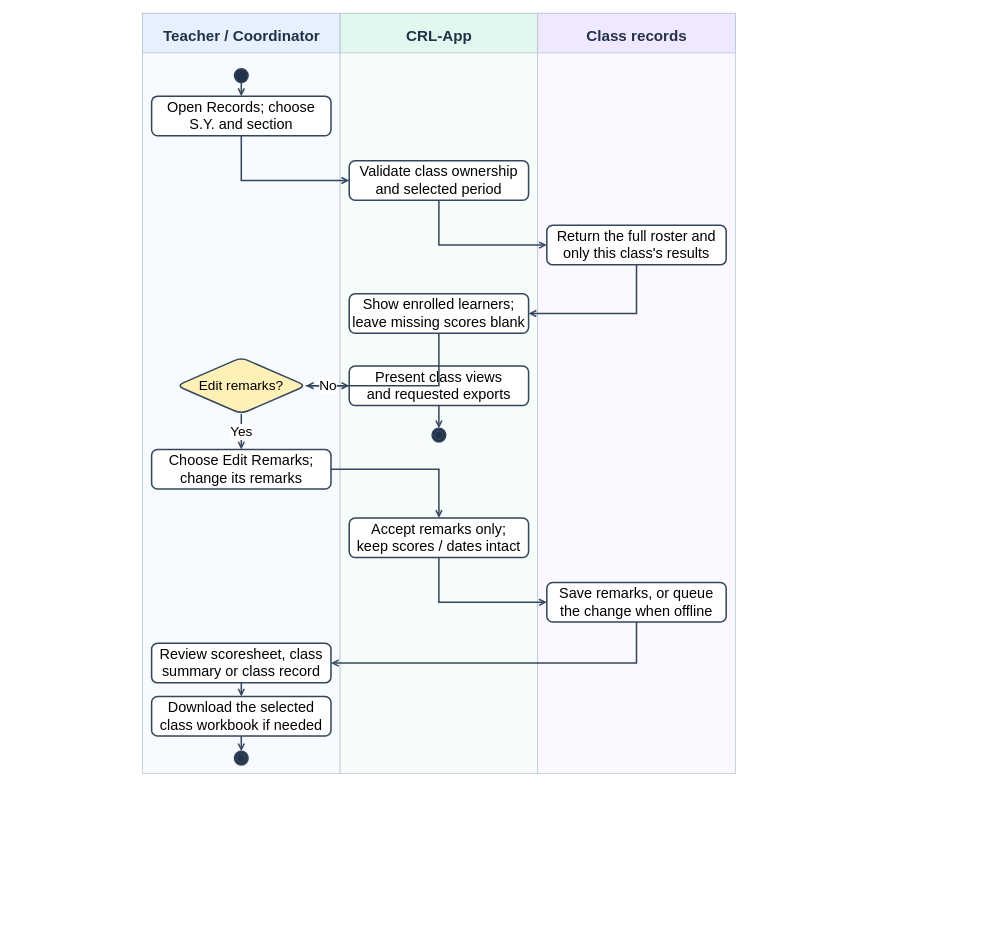
This is docs/diagrams/class-workspaces/figure-16-records-reports.drawio from AkuSayangKamuJudaSayang/crl-app, a draw.io file, before an edit. Source tidied: cells renumbered, new cells numbered last; positions are measured from the earlier drawing's top-left corner, leaving out a move shared by most shapes. Both pictures are drawn from the tidied source at 76%, with x=0, y=0 at pixel (13, 13).
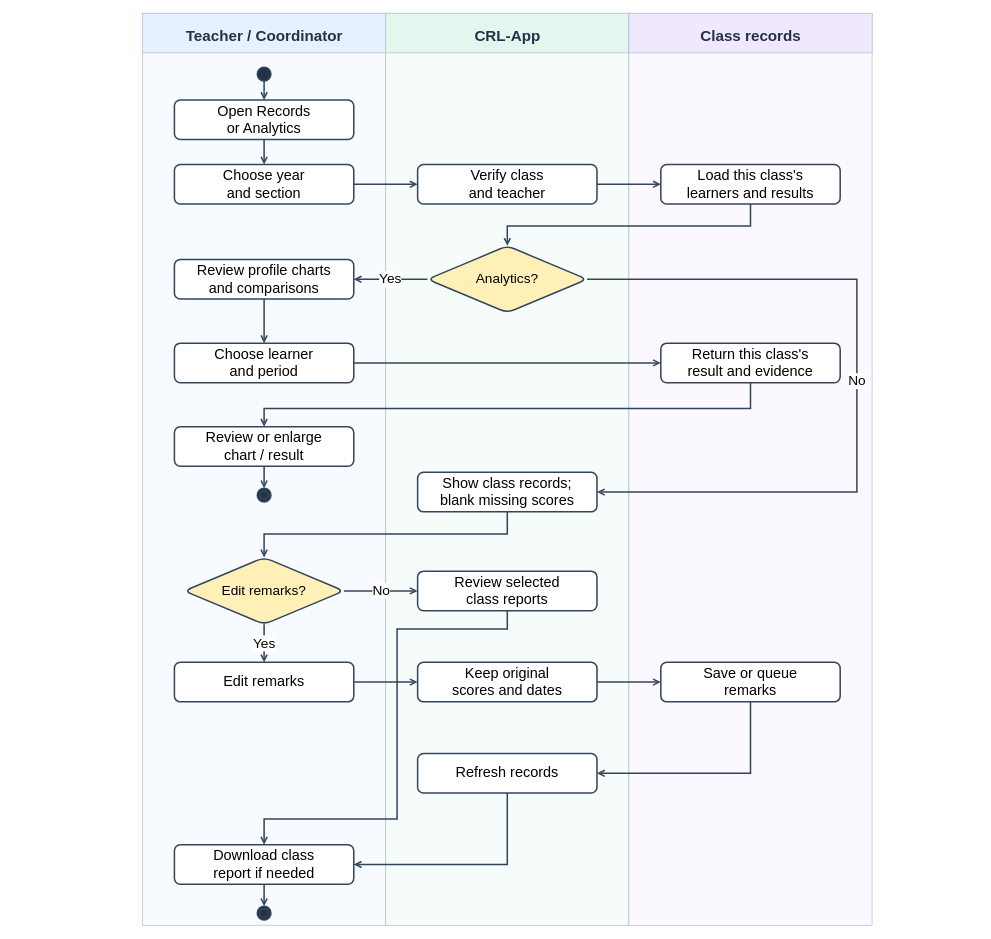
The same page after the edit.

What changed in the source:
```diff
@@
     <mxCell id="2" style="rounded=0;fillColor=#f7faff;strokeColor=#b6c4d2;" parent="1" vertex="1">
-      <mxGeometry x="170" width="260" height="1000" as="geometry" />
+      <mxGeometry x="170" width="320" height="1200" as="geometry" />
     </mxCell>
     <mxCell id="3" style="rounded=0;fillColor=#e7f0ff;strokeColor=#b6c4d2;" parent="1" vertex="1">
-      <mxGeometry x="170" width="260" height="52" as="geometry" />
+      <mxGeometry x="170" width="320" height="52" as="geometry" />
     </mxCell>
     <mxCell id="4" value="Teacher / Coordinator" style="text;html=1;align=center;verticalAlign=top;fontSize=20;fontColor=#223249;fontStyle=1;strokeColor=none;fillColor=none;" parent="1" vertex="1">
-      <mxGeometry y="11" width="600" height="24" as="geometry" />
+      <mxGeometry x="30" y="11" width="600" height="24" as="geometry" />
     </mxCell>
     <mxCell id="5" style="rounded=0;fillColor=#f6fcf9;strokeColor=#b6c4d2;" parent="1" vertex="1">
-      <mxGeometry x="430" width="260" height="1000" as="geometry" />
+      <mxGeometry x="490" width="320" height="1200" as="geometry" />
     </mxCell>
     <mxCell id="6" style="rounded=0;fillColor=#e2f7ee;strokeColor=#b6c4d2;" parent="1" vertex="1">
-      <mxGeometry x="430" width="260" height="52" as="geometry" />
+      <mxGeometry x="490" width="320" height="52" as="geometry" />
     </mxCell>
     <mxCell id="7" value="CRL-App" style="text;html=1;align=center;verticalAlign=top;fontSize=20;fontColor=#223249;fontStyle=1;strokeColor=none;fillColor=none;" parent="1" vertex="1">
-      <mxGeometry x="260" y="11" width="600" height="24" as="geometry" />
+      <mxGeometry x="350" y="11" width="600" height="24" as="geometry" />
     </mxCell>
     <mxCell id="8" style="rounded=0;fillColor=#fbf8ff;strokeColor=#b6c4d2;" parent="1" vertex="1">
-      <mxGeometry x="690" width="260" height="1000" as="geometry" />
+      <mxGeometry x="810" width="320" height="1200" as="geometry" />
     </mxCell>
     <mxCell id="9" style="rounded=0;fillColor=#f0e8ff;strokeColor=#b6c4d2;" parent="1" vertex="1">
-      <mxGeometry x="690" width="260" height="52" as="geometry" />
+      <mxGeometry x="810" width="320" height="52" as="geometry" />
     </mxCell>
     <mxCell id="10" value="Class records" style="text;html=1;align=center;verticalAlign=top;fontSize=20;fontColor=#223249;fontStyle=1;strokeColor=none;fillColor=none;" parent="1" vertex="1">
-      <mxGeometry x="520" y="11" width="600" height="24" as="geometry" />
+      <mxGeometry x="670" y="11" width="600" height="24" as="geometry" />
     </mxCell>
     <mxCell id="11" style="rounded=1;whiteSpace=wrap;html=1;fillColor=#ffffff;strokeColor=#34465c;strokeWidth=2;fontSize=19;shape=ellipse;fillColor=#223249;" parent="1" vertex="1">
-      <mxGeometry x="291" y="73" width="18" height="18" as="geometry" />
+      <mxGeometry x="321" y="71" width="18" height="18" as="geometry" />
     </mxCell>
-    <mxCell id="12" value="Open Records; choose&lt;br&gt;S.Y. and section" style="rounded=1;whiteSpace=wrap;html=1;fillColor=#ffffff;strokeColor=#34465c;strokeWidth=2;fontSize=19;" parent="1" vertex="1">
-      <mxGeometry x="182" y="109" width="236" height="52" as="geometry" />
-    </mxCell>
-    <mxCell id="13" value="Validate class ownership&lt;br&gt;and selected period" style="rounded=1;whiteSpace=wrap;html=1;fillColor=#ffffff;strokeColor=#34465c;strokeWidth=2;fontSize=19;" parent="1" vertex="1">
-      <mxGeometry x="442" y="194" width="236" height="52" as="geometry" />
-    </mxCell>
-    <mxCell id="14" value="Return the full roster and&lt;br&gt;only this class&amp;#x27;s results" style="rounded=1;whiteSpace=wrap;html=1;fillColor=#ffffff;strokeColor=#34465c;strokeWidth=2;fontSize=19;" parent="1" vertex="1">
-      <mxGeometry x="702" y="279" width="236" height="52" as="geometry" />
-    </mxCell>
-    <mxCell id="15" value="Show enrolled learners;&lt;br&gt;leave missing scores blank" style="rounded=1;whiteSpace=wrap;html=1;fillColor=#ffffff;strokeColor=#34465c;strokeWidth=2;fontSize=19;" parent="1" vertex="1">
-      <mxGeometry x="442" y="369" width="236" height="52" as="geometry" />
-    </mxCell>
+    <mxCell id="38" value="Open Records&lt;br&gt;or Analytics" style="rounded=1;whiteSpace=wrap;html=1;fillColor=#ffffff;strokeColor=#34465c;strokeWidth=2;fontSize=19;" parent="1" vertex="1">
+      <mxGeometry x="212" y="114" width="236" height="52" as="geometry" />
+    </mxCell>
+    <mxCell id="39" value="Choose year&lt;br&gt;and section" style="rounded=1;whiteSpace=wrap;html=1;fillColor=#ffffff;strokeColor=#34465c;strokeWidth=2;fontSize=19;" parent="1" vertex="1">
+      <mxGeometry x="212" y="199" width="236" height="52" as="geometry" />
+    </mxCell>
+    <mxCell id="40" value="Verify class&lt;br&gt;and teacher" style="rounded=1;whiteSpace=wrap;html=1;fillColor=#ffffff;strokeColor=#34465c;strokeWidth=2;fontSize=19;" parent="1" vertex="1">
+      <mxGeometry x="532" y="199" width="236" height="52" as="geometry" />
+    </mxCell>
+    <mxCell id="41" value="Load this class&amp;#x27;s&lt;br&gt;learners and results" style="rounded=1;whiteSpace=wrap;html=1;fillColor=#ffffff;strokeColor=#34465c;strokeWidth=2;fontSize=19;" parent="1" vertex="1">
+      <mxGeometry x="852" y="199" width="236" height="52" as="geometry" />
+    </mxCell>
+    <mxCell id="42" value="Analytics?" style="rounded=1;whiteSpace=wrap;html=1;fillColor=#ffffff;strokeColor=#34465c;strokeWidth=2;fontSize=19;shape=rhombus;fillColor=#fff0b8;fontSize=18;" parent="1" vertex="1">
+      <mxGeometry x="545" y="306" width="210" height="88" as="geometry" />
+    </mxCell>
+    <mxCell id="43" value="Review profile charts&lt;br&gt;and comparisons" style="rounded=1;whiteSpace=wrap;html=1;fillColor=#ffffff;strokeColor=#34465c;strokeWidth=2;fontSize=19;" parent="1" vertex="1">
+      <mxGeometry x="212" y="324" width="236" height="52" as="geometry" />
+    </mxCell>
+    <mxCell id="44" value="Choose learner&lt;br&gt;and period" style="rounded=1;whiteSpace=wrap;html=1;fillColor=#ffffff;strokeColor=#34465c;strokeWidth=2;fontSize=19;" parent="1" vertex="1">
+      <mxGeometry x="212" y="434" width="236" height="52" as="geometry" />
+    </mxCell>
+    <mxCell id="45" value="Return this class&amp;#x27;s&lt;br&gt;result and evidence" style="rounded=1;whiteSpace=wrap;html=1;fillColor=#ffffff;strokeColor=#34465c;strokeWidth=2;fontSize=19;" parent="1" vertex="1">
+      <mxGeometry x="852" y="434" width="236" height="52" as="geometry" />
+    </mxCell>
+    <mxCell id="46" value="Review or enlarge&lt;br&gt;chart / result" style="rounded=1;whiteSpace=wrap;html=1;fillColor=#ffffff;strokeColor=#34465c;strokeWidth=2;fontSize=19;" parent="1" vertex="1">
+      <mxGeometry x="212" y="544" width="236" height="52" as="geometry" />
+    </mxCell>
+    <mxCell id="47" style="rounded=1;whiteSpace=wrap;html=1;fillColor=#ffffff;strokeColor=#34465c;strokeWidth=2;fontSize=19;shape=doubleEllipse;fillColor=#223249;" parent="1" vertex="1">
+      <mxGeometry x="321" y="625" width="18" height="18" as="geometry" />
+    </mxCell>
+    <mxCell id="48" value="Show class records;&lt;br&gt;blank missing scores" style="rounded=1;whiteSpace=wrap;html=1;fillColor=#ffffff;strokeColor=#34465c;strokeWidth=2;fontSize=19;" parent="1" vertex="1">
+      <mxGeometry x="532" y="604" width="236" height="52" as="geometry" />
+    </mxCell>
     <mxCell id="16" value="Edit remarks?" style="rounded=1;whiteSpace=wrap;html=1;fillColor=#ffffff;strokeColor=#34465c;strokeWidth=2;fontSize=19;shape=rhombus;fillColor=#fff0b8;fontSize=18;" parent="1" vertex="1">
-      <mxGeometry x="215" y="453" width="170" height="74" as="geometry" />
+      <mxGeometry x="225" y="716" width="210" height="88" as="geometry" />
     </mxCell>
-    <mxCell id="17" value="Present class views&lt;br&gt;and requested exports" style="rounded=1;whiteSpace=wrap;html=1;fillColor=#ffffff;strokeColor=#34465c;strokeWidth=2;fontSize=19;" parent="1" vertex="1">
-      <mxGeometry x="442" y="464" width="236" height="52" as="geometry" />
-    </mxCell>
-    <mxCell id="18" style="rounded=1;whiteSpace=wrap;html=1;fillColor=#ffffff;strokeColor=#34465c;strokeWidth=2;fontSize=19;shape=doubleEllipse;fillColor=#223249;" parent="1" vertex="1">
-      <mxGeometry x="551" y="546" width="18" height="18" as="geometry" />
-    </mxCell>
-    <mxCell id="19" value="Choose Edit Remarks;&lt;br&gt;change its remarks" style="rounded=1;whiteSpace=wrap;html=1;fillColor=#ffffff;strokeColor=#34465c;strokeWidth=2;fontSize=19;" parent="1" vertex="1">
-      <mxGeometry x="182" y="574" width="236" height="52" as="geometry" />
-    </mxCell>
-    <mxCell id="20" value="Accept remarks only;&lt;br&gt;keep scores / dates intact" style="rounded=1;whiteSpace=wrap;html=1;fillColor=#ffffff;strokeColor=#34465c;strokeWidth=2;fontSize=19;" parent="1" vertex="1">
-      <mxGeometry x="442" y="664" width="236" height="52" as="geometry" />
-    </mxCell>
-    <mxCell id="21" value="Save remarks, or queue&lt;br&gt;the change when offline" style="rounded=1;whiteSpace=wrap;html=1;fillColor=#ffffff;strokeColor=#34465c;strokeWidth=2;fontSize=19;" parent="1" vertex="1">
-      <mxGeometry x="702" y="749" width="236" height="52" as="geometry" />
-    </mxCell>
-    <mxCell id="22" value="Review scoresheet, class&lt;br&gt;summary or class record" style="rounded=1;whiteSpace=wrap;html=1;fillColor=#ffffff;strokeColor=#34465c;strokeWidth=2;fontSize=19;" parent="1" vertex="1">
-      <mxGeometry x="182" y="829" width="236" height="52" as="geometry" />
-    </mxCell>
-    <mxCell id="23" value="Download the selected&lt;br&gt;class workbook if needed" style="rounded=1;whiteSpace=wrap;html=1;fillColor=#ffffff;strokeColor=#34465c;strokeWidth=2;fontSize=19;" parent="1" vertex="1">
-      <mxGeometry x="182" y="899" width="236" height="52" as="geometry" />
-    </mxCell>
+    <mxCell id="49" value="Review selected&lt;br&gt;class reports" style="rounded=1;whiteSpace=wrap;html=1;fillColor=#ffffff;strokeColor=#34465c;strokeWidth=2;fontSize=19;" parent="1" vertex="1">
+      <mxGeometry x="532" y="734" width="236" height="52" as="geometry" />
+    </mxCell>
+    <mxCell id="50" value="Edit remarks" style="rounded=1;whiteSpace=wrap;html=1;fillColor=#ffffff;strokeColor=#34465c;strokeWidth=2;fontSize=19;" parent="1" vertex="1">
+      <mxGeometry x="212" y="854" width="236" height="52" as="geometry" />
+    </mxCell>
+    <mxCell id="51" value="Keep original&lt;br&gt;scores and dates" style="rounded=1;whiteSpace=wrap;html=1;fillColor=#ffffff;strokeColor=#34465c;strokeWidth=2;fontSize=19;" parent="1" vertex="1">
+      <mxGeometry x="532" y="854" width="236" height="52" as="geometry" />
+    </mxCell>
+    <mxCell id="52" value="Save or queue&lt;br&gt;remarks" style="rounded=1;whiteSpace=wrap;html=1;fillColor=#ffffff;strokeColor=#34465c;strokeWidth=2;fontSize=19;" parent="1" vertex="1">
+      <mxGeometry x="852" y="854" width="236" height="52" as="geometry" />
+    </mxCell>
+    <mxCell id="53" value="Refresh records" style="rounded=1;whiteSpace=wrap;html=1;fillColor=#ffffff;strokeColor=#34465c;strokeWidth=2;fontSize=19;" parent="1" vertex="1">
+      <mxGeometry x="532" y="974" width="236" height="52" as="geometry" />
+    </mxCell>
+    <mxCell id="54" value="Download class&lt;br&gt;report if needed" style="rounded=1;whiteSpace=wrap;html=1;fillColor=#ffffff;strokeColor=#34465c;strokeWidth=2;fontSize=19;" parent="1" vertex="1">
+      <mxGeometry x="212" y="1094" width="236" height="52" as="geometry" />
+    </mxCell>
     <mxCell id="24" style="rounded=1;whiteSpace=wrap;html=1;fillColor=#ffffff;strokeColor=#34465c;strokeWidth=2;fontSize=19;shape=doubleEllipse;fillColor=#223249;" parent="1" vertex="1">
-      <mxGeometry x="291" y="971" width="18" height="18" as="geometry" />
+      <mxGeometry x="321" y="1175" width="18" height="18" as="geometry" />
     </mxCell>
-    <mxCell id="25" style="edgeStyle=orthogonalEdgeStyle;rounded=0;html=1;endArrow=open;strokeColor=#34465c;strokeWidth=2;exitX=0.5;exitY=1;entryX=0.5;entryY=0;fontSize=18;labelBackgroundColor=#ffffff;" parent="1" edge="1" source="11" target="12">
+    <mxCell id="25" style="edgeStyle=orthogonalEdgeStyle;rounded=0;html=1;endArrow=open;strokeColor=#34465c;strokeWidth=2;exitX=0.5;exitY=1;entryX=0.5;entryY=0;fontSize=18;labelBackgroundColor=#ffffff;" parent="1" edge="1" source="11" target="38">
       <mxGeometry relative="1" as="geometry" />
     </mxCell>
-    <mxCell id="26" style="edgeStyle=orthogonalEdgeStyle;rounded=0;html=1;endArrow=open;strokeColor=#34465c;strokeWidth=2;exitX=0.5;exitY=1;entryX=0;entryY=0.5;fontSize=18;labelBackgroundColor=#ffffff;" parent="1" edge="1" source="12" target="13">
-      <mxGeometry relative="1" as="geometry">
-        <Array as="points">
-          <mxPoint x="300" y="220" />
-        </Array>
-      </mxGeometry>
+    <mxCell id="26" style="edgeStyle=orthogonalEdgeStyle;rounded=0;html=1;endArrow=open;strokeColor=#34465c;strokeWidth=2;exitX=0.5;exitY=1;entryX=0.5;entryY=0;fontSize=18;labelBackgroundColor=#ffffff;" parent="1" edge="1" source="38" target="39">
+      <mxGeometry relative="1" as="geometry" />
     </mxCell>
-    <mxCell id="27" style="edgeStyle=orthogonalEdgeStyle;rounded=0;html=1;endArrow=open;strokeColor=#34465c;strokeWidth=2;exitX=0.5;exitY=1;entryX=0;entryY=0.5;fontSize=18;labelBackgroundColor=#ffffff;" parent="1" edge="1" source="13" target="14">
-      <mxGeometry relative="1" as="geometry">
-        <Array as="points">
-          <mxPoint x="560" y="305" />
-        </Array>
-      </mxGeometry>
+    <mxCell id="27" style="edgeStyle=orthogonalEdgeStyle;rounded=0;html=1;endArrow=open;strokeColor=#34465c;strokeWidth=2;exitX=1;exitY=0.5;entryX=0;entryY=0.5;fontSize=18;labelBackgroundColor=#ffffff;" parent="1" edge="1" source="39" target="40">
+      <mxGeometry relative="1" as="geometry" />
     </mxCell>
-    <mxCell id="28" style="edgeStyle=orthogonalEdgeStyle;rounded=0;html=1;endArrow=open;strokeColor=#34465c;strokeWidth=2;exitX=0.5;exitY=1;entryX=1;entryY=0.5;fontSize=18;labelBackgroundColor=#ffffff;" parent="1" edge="1" source="14" target="15">
-      <mxGeometry relative="1" as="geometry">
-        <Array as="points">
-          <mxPoint x="820" y="395" />
-        </Array>
-      </mxGeometry>
+    <mxCell id="28" style="edgeStyle=orthogonalEdgeStyle;rounded=0;html=1;endArrow=open;strokeColor=#34465c;strokeWidth=2;exitX=1;exitY=0.5;entryX=0;entryY=0.5;fontSize=18;labelBackgroundColor=#ffffff;" parent="1" edge="1" source="40" target="41">
+      <mxGeometry relative="1" as="geometry" />
     </mxCell>
-    <mxCell id="29" style="edgeStyle=orthogonalEdgeStyle;rounded=0;html=1;endArrow=open;strokeColor=#34465c;strokeWidth=2;exitX=0.5;exitY=1;entryX=1;entryY=0.5;fontSize=18;labelBackgroundColor=#ffffff;" parent="1" edge="1" source="15" target="16">
+    <mxCell id="29" style="edgeStyle=orthogonalEdgeStyle;rounded=0;html=1;endArrow=open;strokeColor=#34465c;strokeWidth=2;exitX=0.5;exitY=1;entryX=0.5;entryY=0;fontSize=18;labelBackgroundColor=#ffffff;" parent="1" edge="1" source="41" target="42">
       <mxGeometry relative="1" as="geometry">
         <Array as="points">
-          <mxPoint x="560" y="490" />
+          <mxPoint x="970" y="280" />
+          <mxPoint x="650" y="280" />
         </Array>
       </mxGeometry>
     </mxCell>
-    <mxCell id="30" value="Yes" style="edgeStyle=orthogonalEdgeStyle;rounded=0;html=1;endArrow=open;strokeColor=#34465c;strokeWidth=2;exitX=0.5;exitY=1;entryX=0.5;entryY=0;fontSize=18;labelBackgroundColor=#ffffff;" parent="1" edge="1" source="16" target="19">
+    <mxCell id="30" value="Yes" style="edgeStyle=orthogonalEdgeStyle;rounded=0;html=1;endArrow=open;strokeColor=#34465c;strokeWidth=2;exitX=0;exitY=0.5;entryX=1;entryY=0.5;fontSize=18;labelBackgroundColor=#ffffff;" parent="1" edge="1" source="42" target="43">
       <mxGeometry relative="1" as="geometry" />
     </mxCell>
-    <mxCell id="31" style="edgeStyle=orthogonalEdgeStyle;rounded=0;html=1;endArrow=open;strokeColor=#34465c;strokeWidth=2;exitX=1;exitY=0.5;entryX=0.5;entryY=0;fontSize=18;labelBackgroundColor=#ffffff;" parent="1" edge="1" source="19" target="20">
-      <mxGeometry relative="1" as="geometry">
-        <Array as="points">
-          <mxPoint x="560" y="600" />
-        </Array>
-      </mxGeometry>
+    <mxCell id="31" style="edgeStyle=orthogonalEdgeStyle;rounded=0;html=1;endArrow=open;strokeColor=#34465c;strokeWidth=2;exitX=0.5;exitY=1;entryX=0.5;entryY=0;fontSize=18;labelBackgroundColor=#ffffff;" parent="1" edge="1" source="43" target="44">
+      <mxGeometry relative="1" as="geometry" />
     </mxCell>
-    <mxCell id="32" style="edgeStyle=orthogonalEdgeStyle;rounded=0;html=1;endArrow=open;strokeColor=#34465c;strokeWidth=2;exitX=0.5;exitY=1;entryX=0;entryY=0.5;fontSize=18;labelBackgroundColor=#ffffff;" parent="1" edge="1" source="20" target="21">
-      <mxGeometry relative="1" as="geometry">
-        <Array as="points">
-          <mxPoint x="560" y="775" />
-        </Array>
-      </mxGeometry>
+    <mxCell id="32" style="edgeStyle=orthogonalEdgeStyle;rounded=0;html=1;endArrow=open;strokeColor=#34465c;strokeWidth=2;exitX=1;exitY=0.5;entryX=0;entryY=0.5;fontSize=18;labelBackgroundColor=#ffffff;" parent="1" edge="1" source="44" target="45">
+      <mxGeometry relative="1" as="geometry" />
     </mxCell>
-    <mxCell id="33" style="edgeStyle=orthogonalEdgeStyle;rounded=0;html=1;endArrow=open;strokeColor=#34465c;strokeWidth=2;exitX=0.5;exitY=1;entryX=1;entryY=0.5;fontSize=18;labelBackgroundColor=#ffffff;" parent="1" edge="1" source="21" target="22">
+    <mxCell id="33" style="edgeStyle=orthogonalEdgeStyle;rounded=0;html=1;endArrow=open;strokeColor=#34465c;strokeWidth=2;exitX=0.5;exitY=1;entryX=0.5;entryY=0;fontSize=18;labelBackgroundColor=#ffffff;" parent="1" edge="1" source="45" target="46">
       <mxGeometry relative="1" as="geometry">
         <Array as="points">
-          <mxPoint x="820" y="855" />
+          <mxPoint x="970" y="520" />
+          <mxPoint x="330" y="520" />
         </Array>
       </mxGeometry>
     </mxCell>
-    <mxCell id="34" value="No" style="edgeStyle=orthogonalEdgeStyle;rounded=0;html=1;endArrow=open;strokeColor=#34465c;strokeWidth=2;exitX=1;exitY=0.5;entryX=0;entryY=0.5;fontSize=18;labelBackgroundColor=#ffffff;" parent="1" edge="1" source="16" target="17">
+    <mxCell id="34" style="edgeStyle=orthogonalEdgeStyle;rounded=0;html=1;endArrow=open;strokeColor=#34465c;strokeWidth=2;exitX=0.5;exitY=1;entryX=0.5;entryY=0;fontSize=18;labelBackgroundColor=#ffffff;" parent="1" edge="1" source="46" target="47">
       <mxGeometry relative="1" as="geometry" />
     </mxCell>
-    <mxCell id="35" style="edgeStyle=orthogonalEdgeStyle;rounded=0;html=1;endArrow=open;strokeColor=#34465c;strokeWidth=2;exitX=0.5;exitY=1;entryX=0.5;entryY=0;fontSize=18;labelBackgroundColor=#ffffff;" parent="1" edge="1" source="17" target="18">
-      <mxGeometry relative="1" as="geometry" />
+    <mxCell id="35" value="No" style="edgeStyle=orthogonalEdgeStyle;rounded=0;html=1;endArrow=open;strokeColor=#34465c;strokeWidth=2;exitX=1;exitY=0.5;entryX=1;entryY=0.5;fontSize=18;labelBackgroundColor=#ffffff;" parent="1" edge="1" source="42" target="48">
+      <mxGeometry relative="1" as="geometry">
+        <Array as="points">
+          <mxPoint x="1110" y="350" />
+          <mxPoint x="1110" y="630" />
+        </Array>
+      </mxGeometry>
     </mxCell>
-    <mxCell id="36" style="edgeStyle=orthogonalEdgeStyle;rounded=0;html=1;endArrow=open;strokeColor=#34465c;strokeWidth=2;exitX=0.5;exitY=1;entryX=0.5;entryY=0;fontSize=18;labelBackgroundColor=#ffffff;" parent="1" edge="1" source="22" target="23">
-      <mxGeometry relative="1" as="geometry" />
+    <mxCell id="36" style="edgeStyle=orthogonalEdgeStyle;rounded=0;html=1;endArrow=open;strokeColor=#34465c;strokeWidth=2;exitX=0.5;exitY=1;entryX=0.5;entryY=0;fontSize=18;labelBackgroundColor=#ffffff;" parent="1" edge="1" source="48" target="16">
+      <mxGeometry relative="1" as="geometry">
+        <Array as="points">
+          <mxPoint x="650" y="685" />
+          <mxPoint x="330" y="685" />
+        </Array>
+      </mxGeometry>
     </mxCell>
-    <mxCell id="37" style="edgeStyle=orthogonalEdgeStyle;rounded=0;html=1;endArrow=open;strokeColor=#34465c;strokeWidth=2;exitX=0.5;exitY=1;entryX=0.5;entryY=0;fontSize=18;labelBackgroundColor=#ffffff;" parent="1" edge="1" source="23" target="24">
+    <mxCell id="37" value="No" style="edgeStyle=orthogonalEdgeStyle;rounded=0;html=1;endArrow=open;strokeColor=#34465c;strokeWidth=2;exitX=1;exitY=0.5;entryX=0;entryY=0.5;fontSize=18;labelBackgroundColor=#ffffff;" parent="1" edge="1" source="16" target="49">
       <mxGeometry relative="1" as="geometry" />
     </mxCell>
+    <mxCell id="55" value="Yes" style="edgeStyle=orthogonalEdgeStyle;rounded=0;html=1;endArrow=open;strokeColor=#34465c;strokeWidth=2;exitX=0.5;exitY=1;entryX=0.5;entryY=0;fontSize=18;labelBackgroundColor=#ffffff;" parent="1" edge="1" source="16" target="50">
+      <mxGeometry relative="1" as="geometry" />
+    </mxCell>
+    <mxCell id="56" style="edgeStyle=orthogonalEdgeStyle;rounded=0;html=1;endArrow=open;strokeColor=#34465c;strokeWidth=2;exitX=0.5;exitY=1;entryX=0.5;entryY=0;fontSize=18;labelBackgroundColor=#ffffff;" parent="1" edge="1" source="49" target="54">
+      <mxGeometry relative="1" as="geometry">
+        <Array as="points">
+          <mxPoint x="650" y="810" />
+          <mxPoint x="505" y="810" />
+          <mxPoint x="505" y="1060" />
+          <mxPoint x="330" y="1060" />
+        </Array>
+      </mxGeometry>
+    </mxCell>
+    <mxCell id="57" style="edgeStyle=orthogonalEdgeStyle;rounded=0;html=1;endArrow=open;strokeColor=#34465c;strokeWidth=2;exitX=1;exitY=0.5;entryX=0;entryY=0.5;fontSize=18;labelBackgroundColor=#ffffff;" parent="1" edge="1" source="50" target="51">
+      <mxGeometry relative="1" as="geometry" />
+    </mxCell>
+    <mxCell id="58" style="edgeStyle=orthogonalEdgeStyle;rounded=0;html=1;endArrow=open;strokeColor=#34465c;strokeWidth=2;exitX=1;exitY=0.5;entryX=0;entryY=0.5;fontSize=18;labelBackgroundColor=#ffffff;" parent="1" edge="1" source="51" target="52">
+      <mxGeometry relative="1" as="geometry" />
+    </mxCell>
+    <mxCell id="59" style="edgeStyle=orthogonalEdgeStyle;rounded=0;html=1;endArrow=open;strokeColor=#34465c;strokeWidth=2;exitX=0.5;exitY=1;entryX=1;entryY=0.5;fontSize=18;labelBackgroundColor=#ffffff;" parent="1" edge="1" source="52" target="53">
+      <mxGeometry relative="1" as="geometry">
+        <Array as="points">
+          <mxPoint x="970" y="1000" />
+        </Array>
+      </mxGeometry>
+    </mxCell>
+    <mxCell id="60" style="edgeStyle=orthogonalEdgeStyle;rounded=0;html=1;endArrow=open;strokeColor=#34465c;strokeWidth=2;exitX=0.5;exitY=1;entryX=1;entryY=0.5;fontSize=18;labelBackgroundColor=#ffffff;" parent="1" edge="1" source="53" target="54">
+      <mxGeometry relative="1" as="geometry">
+        <Array as="points">
+          <mxPoint x="650" y="1120" />
+        </Array>
+      </mxGeometry>
+    </mxCell>
+    <mxCell id="61" style="edgeStyle=orthogonalEdgeStyle;rounded=0;html=1;endArrow=open;strokeColor=#34465c;strokeWidth=2;exitX=0.5;exitY=1;entryX=0.5;entryY=0;fontSize=18;labelBackgroundColor=#ffffff;" parent="1" edge="1" source="54" target="24">
+      <mxGeometry relative="1" as="geometry" />
+    </mxCell>
```
